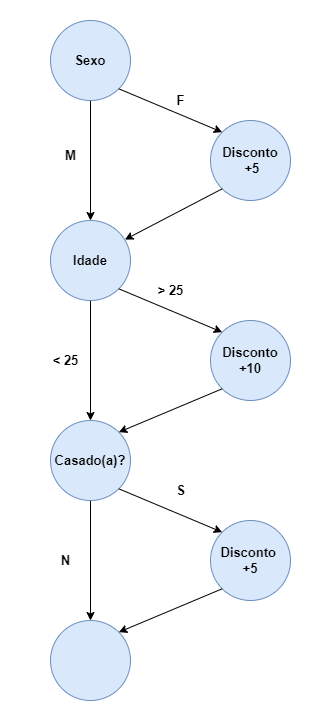
Above: images/Grafo Causa e Efeito.png in Dener-arx/ts-2021-2 (draw.io), before the change. Source tidied: cells renumbered, new cells last; positions are measured from the earlier drawing's top-left corner, leaving out a move shared by most shapes. Source of this version:
```xml
<mxGraphModel>
  <root>
    <mxCell id="0" />
    <mxCell id="1" parent="0" />
    <mxCell id="2" style="rounded=0;whiteSpace=wrap;html=1;fontSize=13;strokeColor=none;" parent="1" vertex="1">
      <mxGeometry width="320" height="720" as="geometry" />
    </mxCell>
    <mxCell id="3" style="edgeStyle=orthogonalEdgeStyle;rounded=0;jettySize=auto;html=1;fontStyle=1;fontSize=13;" parent="1" edge="1" source="4" target="6">
      <mxGeometry relative="1" as="geometry" />
    </mxCell>
    <mxCell id="4" value="Sexo" style="ellipse;whiteSpace=wrap;html=1;fontStyle=1;fontSize=13;fillColor=#dae8fc;strokeColor=#6c8ebf;" parent="1" vertex="1">
      <mxGeometry x="50" y="20" width="80" height="80" as="geometry" />
    </mxCell>
    <mxCell id="5" style="edgeStyle=orthogonalEdgeStyle;rounded=0;jettySize=auto;html=1;fontStyle=1;fontSize=13;" parent="1" edge="1" source="6" target="8">
      <mxGeometry relative="1" as="geometry" />
    </mxCell>
    <mxCell id="6" value="Idade" style="ellipse;whiteSpace=wrap;html=1;fontStyle=1;fontSize=13;fillColor=#dae8fc;strokeColor=#6c8ebf;" parent="1" vertex="1">
      <mxGeometry x="50" y="220" width="80" height="80" as="geometry" />
    </mxCell>
    <mxCell id="7" style="edgeStyle=orthogonalEdgeStyle;rounded=0;jettySize=auto;html=1;fontStyle=1;fontSize=13;" parent="1" edge="1" source="8" target="9">
      <mxGeometry relative="1" as="geometry" />
    </mxCell>
    <mxCell id="8" value="Casado(a)?" style="ellipse;whiteSpace=wrap;html=1;fontStyle=1;fontSize=13;fillColor=#dae8fc;strokeColor=#6c8ebf;" parent="1" vertex="1">
      <mxGeometry x="50" y="420" width="80" height="80" as="geometry" />
    </mxCell>
    <mxCell id="9" style="ellipse;whiteSpace=wrap;html=1;fontStyle=1;fontSize=13;fillColor=#dae8fc;strokeColor=#6c8ebf;" parent="1" vertex="1">
      <mxGeometry x="50" y="620" width="80" height="80" as="geometry" />
    </mxCell>
    <mxCell id="10" value="Disconto &lt;br&gt;+5" style="ellipse;whiteSpace=wrap;html=1;fontStyle=1;fontSize=13;fillColor=#dae8fc;strokeColor=#6c8ebf;" parent="1" vertex="1">
      <mxGeometry x="210" y="520" width="80" height="80" as="geometry" />
    </mxCell>
    <mxCell id="11" value="Disconto +10" style="ellipse;whiteSpace=wrap;html=1;fontStyle=1;fontSize=13;fillColor=#dae8fc;strokeColor=#6c8ebf;" parent="1" vertex="1">
      <mxGeometry x="210" y="320" width="80" height="80" as="geometry" />
    </mxCell>
    <mxCell id="12" value="Disconto&lt;br&gt;&amp;nbsp;+5" style="ellipse;whiteSpace=wrap;html=1;fontStyle=1;fontSize=13;fillColor=#dae8fc;strokeColor=#6c8ebf;" parent="1" vertex="1">
      <mxGeometry x="210" y="120" width="80" height="80" as="geometry" />
    </mxCell>
    <mxCell id="13" style="endArrow=classic;html=1;rounded=0;exitX=1;exitY=1;exitDx=0;exitDy=0;entryX=0;entryY=0;entryDx=0;entryDy=0;fontStyle=1;fontSize=13;" parent="1" edge="1" source="4" target="12">
      <mxGeometry relative="1" as="geometry" />
    </mxCell>
    <mxCell id="14" style="endArrow=classic;html=1;rounded=0;exitX=0;exitY=1;exitDx=0;exitDy=0;entryX=0.93;entryY=0.239;entryDx=0;entryDy=0;entryPerimeter=0;fontStyle=1;fontSize=13;" parent="1" edge="1" source="12" target="6">
      <mxGeometry relative="1" as="geometry" />
    </mxCell>
    <mxCell id="15" value="F" style="text;html=1;align=center;verticalAlign=middle;fontStyle=1;fontSize=13;" parent="1" vertex="1">
      <mxGeometry x="170" y="90" width="20" height="20" as="geometry" />
    </mxCell>
    <mxCell id="16" value="M" style="text;html=1;align=center;verticalAlign=middle;fontStyle=1;fontSize=13;" parent="1" vertex="1">
      <mxGeometry x="55" y="145" width="30" height="20" as="geometry" />
    </mxCell>
    <mxCell id="17" style="endArrow=classic;html=1;rounded=0;exitX=1;exitY=1;exitDx=0;exitDy=0;entryX=0;entryY=0;entryDx=0;entryDy=0;fontStyle=1;fontSize=13;" parent="1" edge="1" source="6" target="11">
      <mxGeometry relative="1" as="geometry" />
    </mxCell>
    <mxCell id="18" style="endArrow=classic;html=1;rounded=0;exitX=0;exitY=1;exitDx=0;exitDy=0;entryX=1;entryY=0;entryDx=0;entryDy=0;fontStyle=1;fontSize=13;" parent="1" edge="1" source="11" target="8">
      <mxGeometry relative="1" as="geometry" />
    </mxCell>
    <mxCell id="19" style="endArrow=classic;html=1;rounded=0;exitX=1;exitY=1;exitDx=0;exitDy=0;entryX=0;entryY=0;entryDx=0;entryDy=0;fontStyle=1;fontSize=13;" parent="1" edge="1" source="8" target="10">
      <mxGeometry relative="1" as="geometry" />
    </mxCell>
    <mxCell id="20" style="endArrow=classic;html=1;rounded=0;exitX=0;exitY=1;exitDx=0;exitDy=0;entryX=1;entryY=0;entryDx=0;entryDy=0;fontStyle=1;fontSize=13;" parent="1" edge="1" source="10" target="9">
      <mxGeometry relative="1" as="geometry" />
    </mxCell>
    <mxCell id="21" value="&amp;gt; 25" style="text;html=1;align=center;verticalAlign=middle;fontStyle=1;fontSize=13;" parent="1" vertex="1">
      <mxGeometry x="150" y="280" width="40" height="20" as="geometry" />
    </mxCell>
    <mxCell id="22" value="&amp;lt; 25" style="text;html=1;align=center;verticalAlign=middle;fontStyle=1;fontSize=13;" parent="1" vertex="1">
      <mxGeometry x="45" y="350" width="40" height="20" as="geometry" />
    </mxCell>
    <mxCell id="23" value="S" style="text;html=1;align=center;verticalAlign=middle;fontSize=13;fontStyle=1;" parent="1" vertex="1">
      <mxGeometry x="170" y="480" width="20" height="20" as="geometry" />
    </mxCell>
    <mxCell id="24" value="N" style="text;html=1;align=center;verticalAlign=middle;fontSize=13;fontStyle=1;" parent="1" vertex="1">
      <mxGeometry x="55" y="550" width="20" height="20" as="geometry" />
    </mxCell>
  </root>
</mxGraphModel>
```
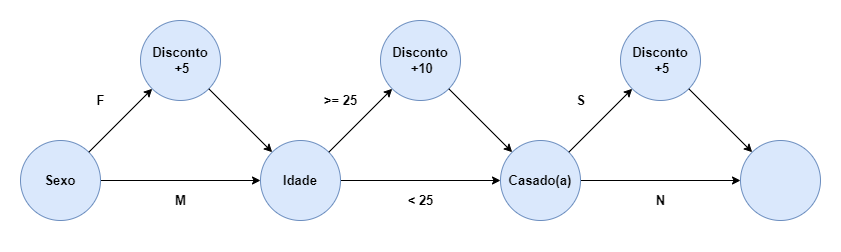
After the change.

Change to the diagram source:
```diff
@@ -2,74 +2,74 @@
   <root>
     <mxCell id="0" />
     <mxCell id="1" parent="0" />
-    <mxCell id="2" style="rounded=0;whiteSpace=wrap;html=1;fontSize=13;strokeColor=none;" parent="1" vertex="1">
-      <mxGeometry width="320" height="720" as="geometry" />
-    </mxCell>
+    <mxCell id="25" style="rounded=0;whiteSpace=wrap;html=1;fontSize=14;strokeColor=none;" parent="1" vertex="1">
+      <mxGeometry x="-120" y="-260" width="840" height="250" as="geometry" />
+    </mxCell>
-    <mxCell id="3" style="edgeStyle=orthogonalEdgeStyle;rounded=0;jettySize=auto;html=1;fontStyle=1;fontSize=13;" parent="1" edge="1" source="4" target="6">
+    <mxCell id="3" style="edgeStyle=orthogonalEdgeStyle;rounded=0;jettySize=auto;html=1;fontSize=13;" parent="1" edge="1" source="4" target="6">
       <mxGeometry relative="1" as="geometry" />
     </mxCell>
     <mxCell id="4" value="Sexo" style="ellipse;whiteSpace=wrap;html=1;fontStyle=1;fontSize=13;fillColor=#dae8fc;strokeColor=#6c8ebf;" parent="1" vertex="1">
-      <mxGeometry x="50" y="20" width="80" height="80" as="geometry" />
+      <mxGeometry x="-100" y="-120" width="80" height="80" as="geometry" />
     </mxCell>
-    <mxCell id="5" style="edgeStyle=orthogonalEdgeStyle;rounded=0;jettySize=auto;html=1;fontStyle=1;fontSize=13;" parent="1" edge="1" source="6" target="8">
-      <mxGeometry relative="1" as="geometry" />
-    </mxCell>
+    <mxCell id="26" style="edgeStyle=orthogonalEdgeStyle;rounded=0;jettySize=auto;html=1;fontSize=13;" parent="1" edge="1" source="6" target="29">
+      <mxGeometry relative="1" as="geometry" />
+    </mxCell>
     <mxCell id="6" value="Idade" style="ellipse;whiteSpace=wrap;html=1;fontStyle=1;fontSize=13;fillColor=#dae8fc;strokeColor=#6c8ebf;" parent="1" vertex="1">
-      <mxGeometry x="50" y="220" width="80" height="80" as="geometry" />
+      <mxGeometry x="140" y="-120" width="80" height="80" as="geometry" />
     </mxCell>
-    <mxCell id="7" style="edgeStyle=orthogonalEdgeStyle;rounded=0;jettySize=auto;html=1;fontStyle=1;fontSize=13;" parent="1" edge="1" source="8" target="9">
-      <mxGeometry relative="1" as="geometry" />
-    </mxCell>
-    <mxCell id="8" value="Casado(a)?" style="ellipse;whiteSpace=wrap;html=1;fontStyle=1;fontSize=13;fillColor=#dae8fc;strokeColor=#6c8ebf;" parent="1" vertex="1">
-      <mxGeometry x="50" y="420" width="80" height="80" as="geometry" />
-    </mxCell>
-    <mxCell id="9" style="ellipse;whiteSpace=wrap;html=1;fontStyle=1;fontSize=13;fillColor=#dae8fc;strokeColor=#6c8ebf;" parent="1" vertex="1">
-      <mxGeometry x="50" y="620" width="80" height="80" as="geometry" />
-    </mxCell>
-    <mxCell id="10" value="Disconto &lt;br&gt;+5" style="ellipse;whiteSpace=wrap;html=1;fontStyle=1;fontSize=13;fillColor=#dae8fc;strokeColor=#6c8ebf;" parent="1" vertex="1">
-      <mxGeometry x="210" y="520" width="80" height="80" as="geometry" />
-    </mxCell>
+    <mxCell id="27" value="Disconto&lt;br&gt;&amp;nbsp;+5" style="ellipse;whiteSpace=wrap;html=1;fontStyle=1;fontSize=13;fillColor=#dae8fc;strokeColor=#6c8ebf;" parent="1" vertex="1">
+      <mxGeometry x="20" y="-240" width="80" height="80" as="geometry" />
+    </mxCell>
+    <mxCell id="28" style="edgeStyle=orthogonalEdgeStyle;rounded=0;jettySize=auto;html=1;fontSize=13;" parent="1" edge="1" source="29" target="30">
+      <mxGeometry relative="1" as="geometry" />
+    </mxCell>
+    <mxCell id="29" value="Casado(a)" style="ellipse;whiteSpace=wrap;html=1;fontStyle=1;fontSize=13;fillColor=#dae8fc;strokeColor=#6c8ebf;" parent="1" vertex="1">
+      <mxGeometry x="380" y="-120" width="80" height="80" as="geometry" />
+    </mxCell>
+    <mxCell id="30" style="ellipse;whiteSpace=wrap;html=1;fontStyle=1;fontSize=13;fillColor=#dae8fc;strokeColor=#6c8ebf;" parent="1" vertex="1">
+      <mxGeometry x="620" y="-120" width="80" height="80" as="geometry" />
+    </mxCell>
-    <mxCell id="11" value="Disconto +10" style="ellipse;whiteSpace=wrap;html=1;fontStyle=1;fontSize=13;fillColor=#dae8fc;strokeColor=#6c8ebf;" parent="1" vertex="1">
-      <mxGeometry x="210" y="320" width="80" height="80" as="geometry" />
+    <mxCell id="11" value="Disconto&lt;br&gt;&amp;nbsp;+10" style="ellipse;whiteSpace=wrap;html=1;fontStyle=1;fontSize=13;fillColor=#dae8fc;strokeColor=#6c8ebf;" parent="1" vertex="1">
+      <mxGeometry x="260" y="-240" width="80" height="80" as="geometry" />
     </mxCell>
-    <mxCell id="12" value="Disconto&lt;br&gt;&amp;nbsp;+5" style="ellipse;whiteSpace=wrap;html=1;fontStyle=1;fontSize=13;fillColor=#dae8fc;strokeColor=#6c8ebf;" parent="1" vertex="1">
-      <mxGeometry x="210" y="120" width="80" height="80" as="geometry" />
-    </mxCell>
-    <mxCell id="13" style="endArrow=classic;html=1;rounded=0;exitX=1;exitY=1;exitDx=0;exitDy=0;entryX=0;entryY=0;entryDx=0;entryDy=0;fontStyle=1;fontSize=13;" parent="1" edge="1" source="4" target="12">
-      <mxGeometry relative="1" as="geometry" />
-    </mxCell>
-    <mxCell id="14" style="endArrow=classic;html=1;rounded=0;exitX=0;exitY=1;exitDx=0;exitDy=0;entryX=0.93;entryY=0.239;entryDx=0;entryDy=0;entryPerimeter=0;fontStyle=1;fontSize=13;" parent="1" edge="1" source="12" target="6">
-      <mxGeometry relative="1" as="geometry" />
-    </mxCell>
+    <mxCell id="31" value="Disconto&lt;br&gt;&amp;nbsp;+5" style="ellipse;whiteSpace=wrap;html=1;fontStyle=1;fontSize=13;fillColor=#dae8fc;strokeColor=#6c8ebf;" parent="1" vertex="1">
+      <mxGeometry x="500" y="-240" width="80" height="80" as="geometry" />
+    </mxCell>
+    <mxCell id="32" style="endArrow=classic;html=1;rounded=0;fontSize=13;exitX=1;exitY=0;exitDx=0;exitDy=0;entryX=0;entryY=1;entryDx=0;entryDy=0;" parent="1" edge="1" source="4" target="27">
+      <mxGeometry relative="1" as="geometry" />
+    </mxCell>
+    <mxCell id="33" style="endArrow=classic;html=1;rounded=0;fontSize=13;exitX=1;exitY=1;exitDx=0;exitDy=0;entryX=0;entryY=0;entryDx=0;entryDy=0;" parent="1" edge="1" source="27" target="6">
+      <mxGeometry relative="1" as="geometry" />
+    </mxCell>
+    <mxCell id="17" style="endArrow=classic;html=1;rounded=0;fontSize=13;exitX=1;exitY=0;exitDx=0;exitDy=0;entryX=0;entryY=1;entryDx=0;entryDy=0;" parent="1" edge="1" source="6" target="11">
+      <mxGeometry relative="1" as="geometry" />
+    </mxCell>
+    <mxCell id="34" style="endArrow=classic;html=1;rounded=0;fontSize=13;exitX=1;exitY=1;exitDx=0;exitDy=0;entryX=0;entryY=0;entryDx=0;entryDy=0;" parent="1" edge="1" source="11" target="29">
+      <mxGeometry relative="1" as="geometry" />
+    </mxCell>
+    <mxCell id="35" style="endArrow=classic;html=1;rounded=0;fontSize=13;exitX=1;exitY=1;exitDx=0;exitDy=0;entryX=0;entryY=0;entryDx=0;entryDy=0;" parent="1" edge="1" source="31" target="30">
+      <mxGeometry relative="1" as="geometry" />
+    </mxCell>
+    <mxCell id="36" style="endArrow=classic;html=1;rounded=0;fontSize=13;exitX=1;exitY=0;exitDx=0;exitDy=0;entryX=0;entryY=1;entryDx=0;entryDy=0;" parent="1" edge="1" source="29" target="31">
+      <mxGeometry relative="1" as="geometry" />
+    </mxCell>
+    <mxCell id="16" value="M" style="text;html=1;align=center;verticalAlign=middle;strokeColor=none;fillColor=none;fontSize=13;fontStyle=1;" parent="1" vertex="1">
+      <mxGeometry x="45" y="-70" width="30" height="20" as="geometry" />
+    </mxCell>
-    <mxCell id="15" value="F" style="text;html=1;align=center;verticalAlign=middle;fontStyle=1;fontSize=13;" parent="1" vertex="1">
-      <mxGeometry x="170" y="90" width="20" height="20" as="geometry" />
+    <mxCell id="15" value="F" style="text;html=1;align=center;verticalAlign=middle;strokeColor=none;fillColor=none;fontSize=13;fontStyle=1;" parent="1" vertex="1">
+      <mxGeometry x="-30" y="-170" width="20" height="20" as="geometry" />
     </mxCell>
-    <mxCell id="16" value="M" style="text;html=1;align=center;verticalAlign=middle;fontStyle=1;fontSize=13;" parent="1" vertex="1">
-      <mxGeometry x="55" y="145" width="30" height="20" as="geometry" />
-    </mxCell>
-    <mxCell id="17" style="endArrow=classic;html=1;rounded=0;exitX=1;exitY=1;exitDx=0;exitDy=0;entryX=0;entryY=0;entryDx=0;entryDy=0;fontStyle=1;fontSize=13;" parent="1" edge="1" source="6" target="11">
-      <mxGeometry relative="1" as="geometry" />
-    </mxCell>
-    <mxCell id="18" style="endArrow=classic;html=1;rounded=0;exitX=0;exitY=1;exitDx=0;exitDy=0;entryX=1;entryY=0;entryDx=0;entryDy=0;fontStyle=1;fontSize=13;" parent="1" edge="1" source="11" target="8">
-      <mxGeometry relative="1" as="geometry" />
-    </mxCell>
-    <mxCell id="19" style="endArrow=classic;html=1;rounded=0;exitX=1;exitY=1;exitDx=0;exitDy=0;entryX=0;entryY=0;entryDx=0;entryDy=0;fontStyle=1;fontSize=13;" parent="1" edge="1" source="8" target="10">
-      <mxGeometry relative="1" as="geometry" />
-    </mxCell>
-    <mxCell id="20" style="endArrow=classic;html=1;rounded=0;exitX=0;exitY=1;exitDx=0;exitDy=0;entryX=1;entryY=0;entryDx=0;entryDy=0;fontStyle=1;fontSize=13;" parent="1" edge="1" source="10" target="9">
-      <mxGeometry relative="1" as="geometry" />
-    </mxCell>
-    <mxCell id="21" value="&amp;gt; 25" style="text;html=1;align=center;verticalAlign=middle;fontStyle=1;fontSize=13;" parent="1" vertex="1">
-      <mxGeometry x="150" y="280" width="40" height="20" as="geometry" />
-    </mxCell>
+    <mxCell id="37" value="&amp;gt;= 25" style="text;html=1;align=center;verticalAlign=middle;strokeColor=none;fillColor=none;fontSize=13;fontStyle=1;" parent="1" vertex="1">
+      <mxGeometry x="195" y="-170" width="50" height="20" as="geometry" />
+    </mxCell>
-    <mxCell id="22" value="&amp;lt; 25" style="text;html=1;align=center;verticalAlign=middle;fontStyle=1;fontSize=13;" parent="1" vertex="1">
-      <mxGeometry x="45" y="350" width="40" height="20" as="geometry" />
+    <mxCell id="22" value="&amp;lt; 25" style="text;html=1;align=center;verticalAlign=middle;strokeColor=none;fillColor=none;fontSize=13;fontStyle=1;" parent="1" vertex="1">
+      <mxGeometry x="280" y="-70" width="40" height="20" as="geometry" />
     </mxCell>
-    <mxCell id="23" value="S" style="text;html=1;align=center;verticalAlign=middle;fontSize=13;fontStyle=1;" parent="1" vertex="1">
-      <mxGeometry x="170" y="480" width="20" height="20" as="geometry" />
+    <mxCell id="23" value="S" style="text;html=1;align=center;verticalAlign=middle;strokeColor=none;fillColor=none;fontSize=13;fontStyle=1;" parent="1" vertex="1">
+      <mxGeometry x="450" y="-170" width="20" height="20" as="geometry" />
     </mxCell>
-    <mxCell id="24" value="N" style="text;html=1;align=center;verticalAlign=middle;fontSize=13;fontStyle=1;" parent="1" vertex="1">
-      <mxGeometry x="55" y="550" width="20" height="20" as="geometry" />
+    <mxCell id="24" value="N" style="text;html=1;align=center;verticalAlign=middle;strokeColor=none;fillColor=none;fontSize=13;fontStyle=1;" parent="1" vertex="1">
+      <mxGeometry x="530" y="-70" width="20" height="20" as="geometry" />
     </mxCell>
   </root>
 </mxGraphModel>
```
